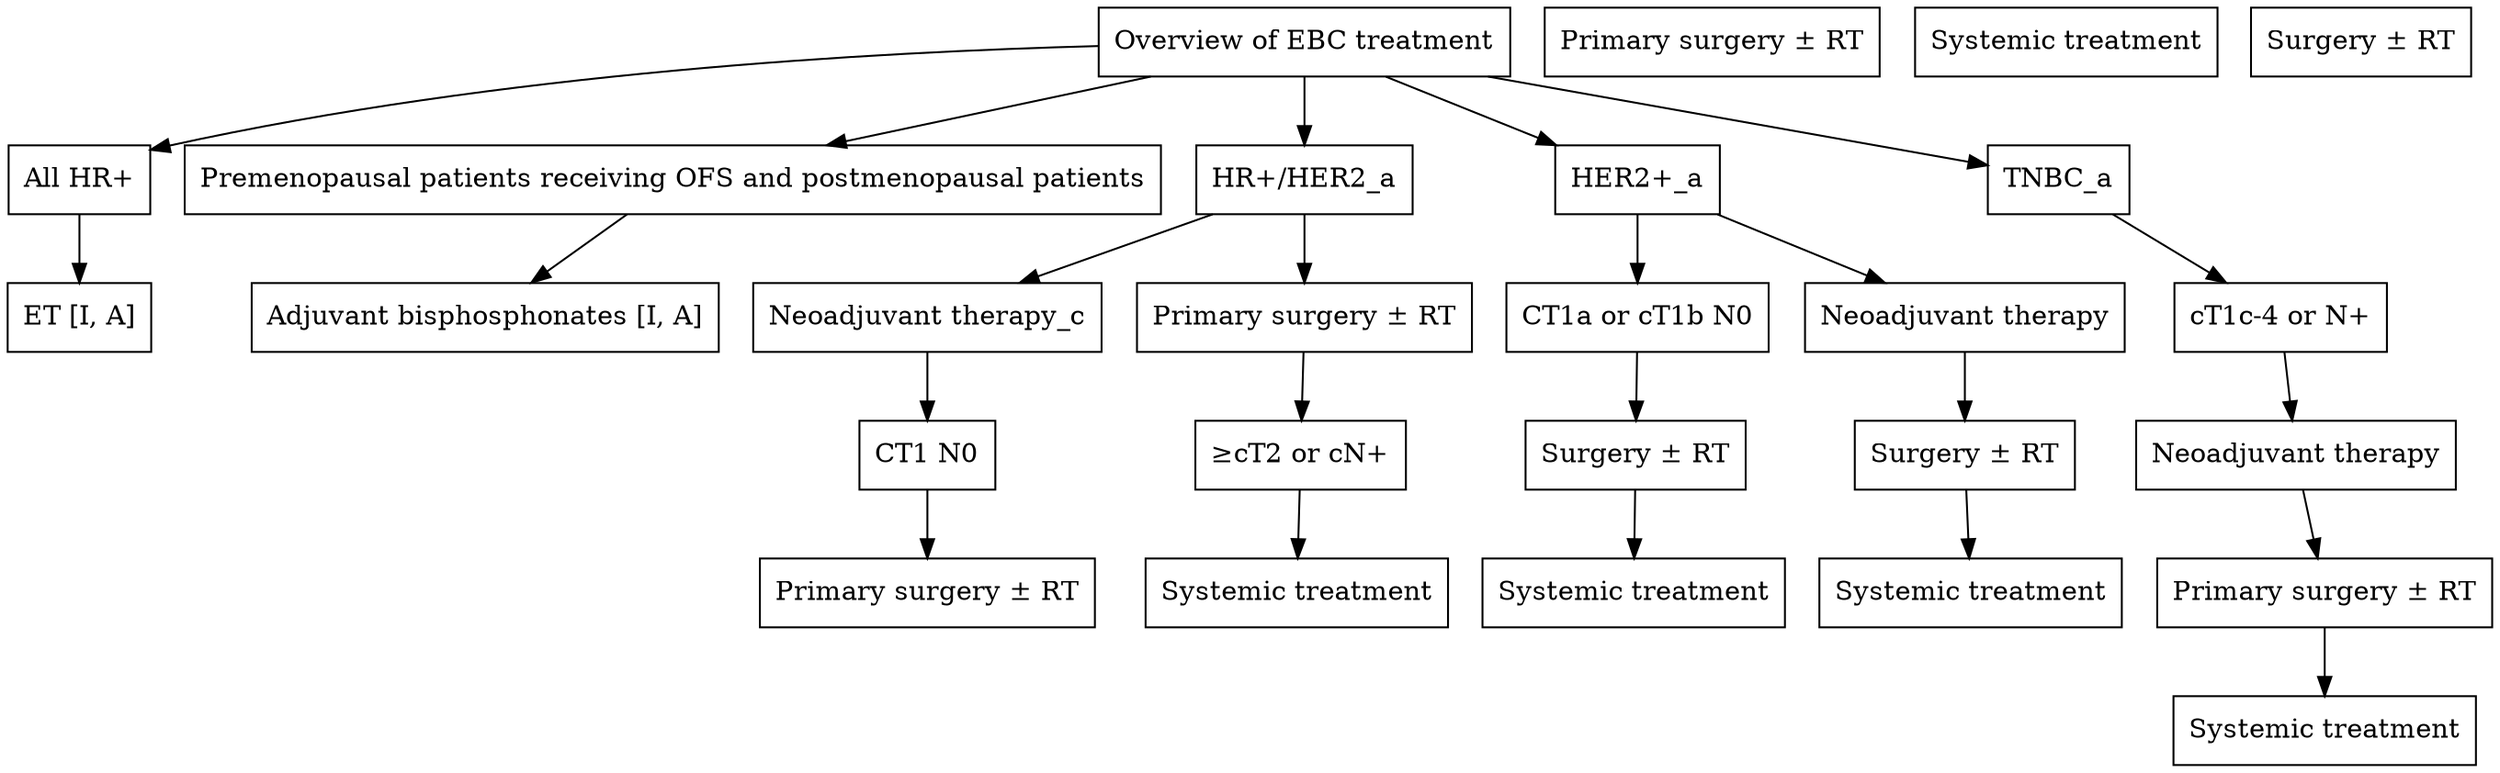
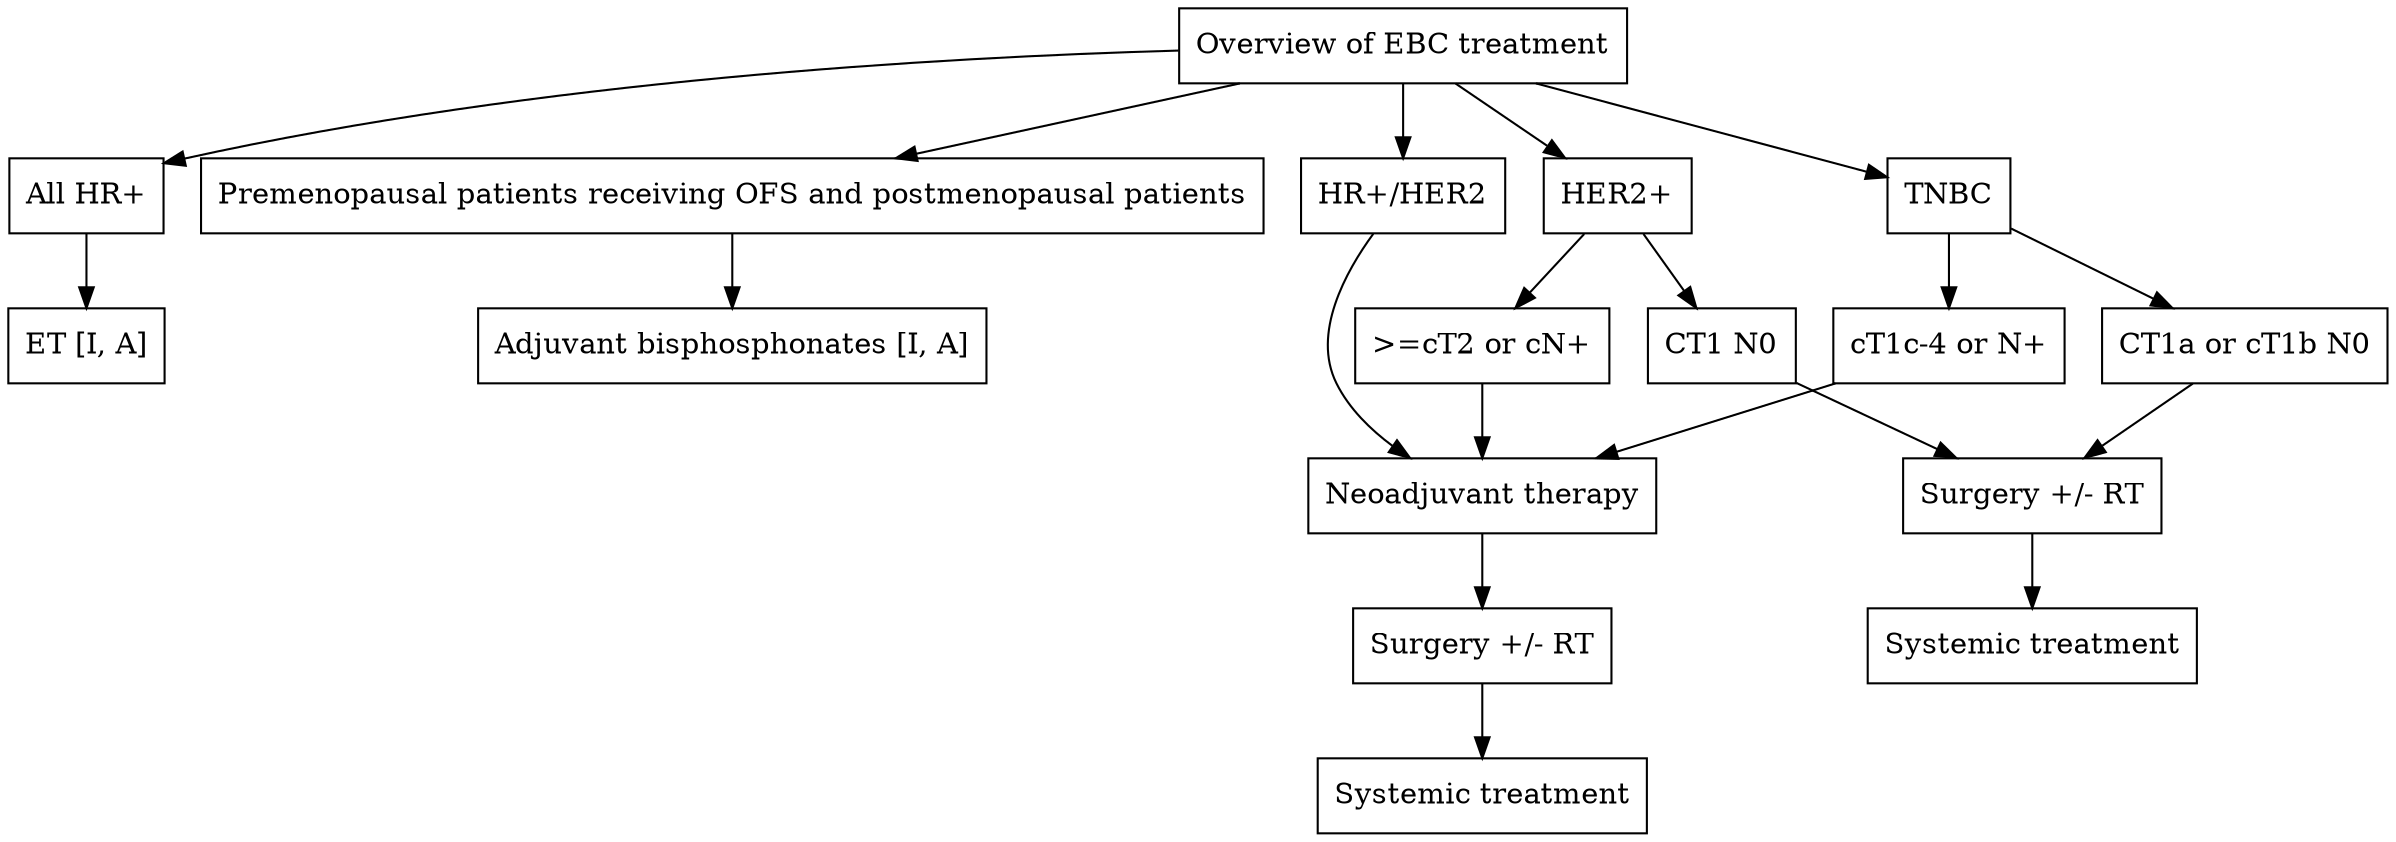
digraph G {
  rankdir=TB;

-   a [label="Overview of EBC treatment", shape=box];
+   r  [label="Overview of EBC treatment", shape=box];

-   b [label="All HR+", shape=box];
-   c [label="ET [I, A]", shape=box];
-   d [label="Premenopausal patients receiving OFS and postmenopausal patients", shape=box];
-   e [label="Adjuvant bisphosphonates [I, A]", shape=box];
-   f [label="HR+/HER2_a", shape=box];
-   g [label="Neoadjuvant therapy_c", shape=box];
-   h [label="Primary surgery ± RT", shape=box];
-   i [label="CT1 N0", shape=box];
-   j [label="≥cT2 or cN+", shape=box];
-   k [label="HER2+_a", shape=box];
-   l [label="CT1a or cT1b N0", shape=box];
-   m [label="Neoadjuvant therapy", shape=box];
-   n [label="Primary surgery ± RT", shape=box];
-   o [label="TNBC_a", shape=box];
-   p [label="cT1c-4 or N+", shape=box];
-   q [label="Neoadjuvant therapy", shape=box];
-   r [label="Primary surgery ± RT", shape=box];
+   a1 [label="All HR+", shape=box];
+   t1 [label="ET [I, A]", shape=box];

-   s [label="Primary surgery ± RT", shape=box];
-   t [label="Systemic treatment", shape=box];
+   a2 [label="Premenopausal patients receiving OFS and postmenopausal patients", shape=box];
+   t2 [label="Adjuvant bisphosphonates [I, A]", shape=box];

-   u [label="Systemic treatment", shape=box];
-   v [label="Systemic treatment", shape=box];
-   w [label="Surgery ± RT", shape=box];
-   x [label="Surgery ± RT", shape=box];
+   a3 [label="HR+/HER2", shape=box];

-   y [label="Systemic treatment", shape=box];
-   z [label="Surgery ± RT", shape=box];
-   aa [label="Systemic treatment", shape=box];
+   t3 [label="Neoadjuvant therapy", shape=box];
+   t4 [label="Surgery +/- RT", shape=box];
+   t5 [label="Systemic treatment", shape=box];

-   a -> b;
-   b -> c;
+   t6 [label="Surgery +/- RT", shape=box];
+   t7 [label="Systemic treatment", shape=box];

-   a -> d;
-   d -> e;
+   a4 [label="HER2+", shape=box];

-   a -> f;
-   f -> g;
-   f -> h;
+   b1 [label="CT1 N0", shape=box];
+   b2 [label=">=cT2 or cN+", shape=box];

-   g -> i;
-   h -> j;
+   a5 [label="TNBC", shape=box];

-   i -> s;
-   j -> t;
+   b3 [label="CT1a or cT1b N0", shape=box];
+   b4 [label="cT1c-4 or N+", shape=box];

-   a -> k;
-   k -> l;
-   k -> m;
+   r -> a1;
+   r -> a2;
+   r -> a3;
+   r -> a4;
+   r -> a5;

-   l -> w;
-   m -> x;
+   a1 -> t1;
+   a2 -> t2;

-   w -> u;
-   x -> v;
+   a3 -> t3;
+   t3 -> t4;
+   t4 -> t5;

-   a -> o;
-   o -> p;
-   p -> q;
+   a4 -> b1;
+   a4 -> b2;

-   q -> r;
-   r -> aa;
+   b1 -> t6;
+   t6 -> t7;
+ 
+   b2 -> t3;
+ 
+   a5 -> b3;
+   a5 -> b4;
+ 
+   b3 -> t6;
+   b4 -> t3;
}
